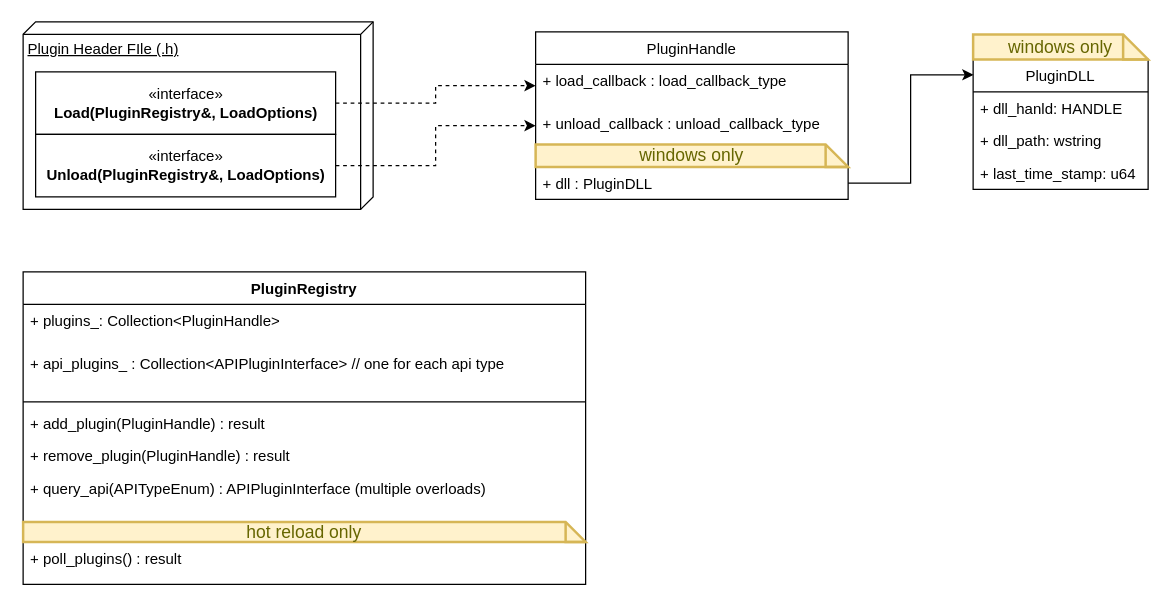
MarkSkyzoid/sakura keeps this draw.io diagram as docs/diagrams/plugin_architecture.drawio. Above is the earlier version. Source tidied: cells renumbered, new cells numbered last; positions are measured from the earlier drawing's top-left corner, leaving out a move shared by most shapes. Both pictures are drawn from the tidied source at 125%, with x=0, y=0 at pixel (22, 21).
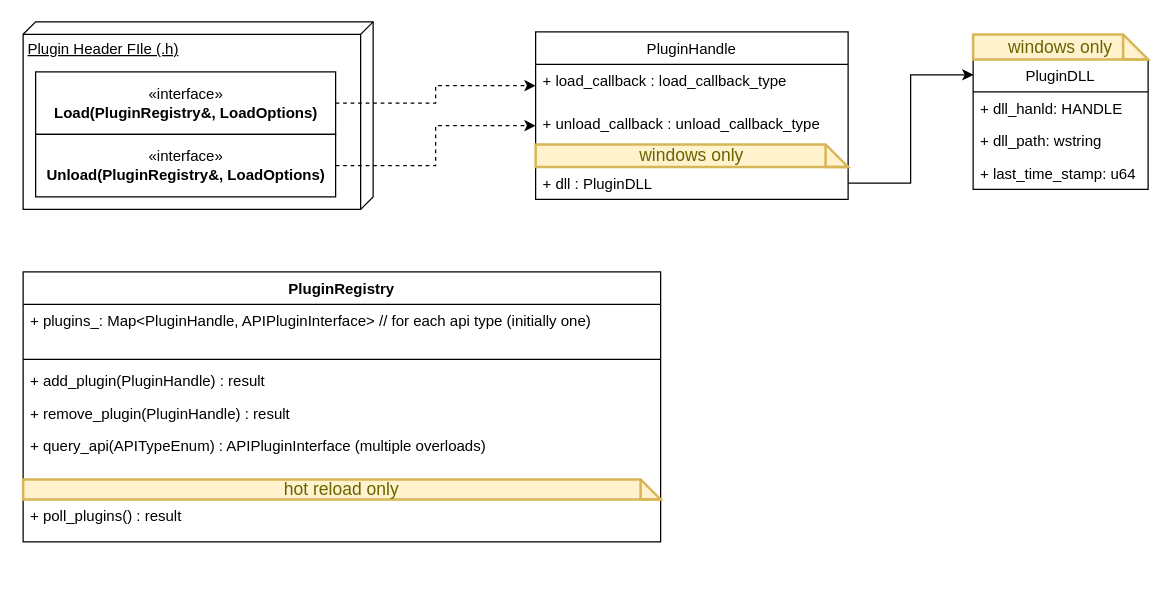
After the change.

What changed in the source:
```diff
@@
     <mxCell id="7" value="PluginRegistry&#10;" style="swimlane;fontStyle=1;align=center;verticalAlign=top;horizontal=1;startSize=26;strokeColor=#000000;fillColor=#ffffff;" parent="1" vertex="1">
-      <mxGeometry y="200" width="450" height="250" as="geometry" />
+      <mxGeometry y="200" width="510" height="216" as="geometry" />
     </mxCell>
-    <mxCell id="8" value="+ plugins_: Collection&lt;PluginHandle&gt;" style="text;strokeColor=none;fillColor=none;align=left;verticalAlign=top;spacingLeft=4;spacingRight=4;overflow=hidden;" parent="7" vertex="1">
-      <mxGeometry y="26" width="450" height="34" as="geometry" />
+    <mxCell id="8" value="+ plugins_: Map&lt;PluginHandle, APIPluginInterface&gt; // for each api type (initially one)" style="text;strokeColor=none;fillColor=none;align=left;verticalAlign=top;spacingLeft=4;spacingRight=4;overflow=hidden;" parent="7" vertex="1">
+      <mxGeometry y="26" width="510" height="34" as="geometry" />
     </mxCell>
-    <mxCell id="9" value="+ api_plugins_ : Collection&lt;APIPluginInterface&gt; // one for each api type" style="text;strokeColor=none;fillColor=none;align=left;verticalAlign=top;spacingLeft=4;spacingRight=4;overflow=hidden;" parent="7" vertex="1">
-      <mxGeometry y="60" width="450" height="34" as="geometry" />
-    </mxCell>
     <mxCell id="10" value="&#10;" style="text;strokeColor=none;fillColor=none;align=left;verticalAlign=top;spacingLeft=4;spacingRight=4;overflow=hidden;" parent="7" vertex="1">
-      <mxGeometry y="94" width="450" height="6" as="geometry" />
+      <mxGeometry y="60" width="510" height="6" as="geometry" />
     </mxCell>
     <mxCell id="11" style="line;strokeWidth=1;fillColor=none;align=left;verticalAlign=middle;spacingTop=-1;spacingLeft=3;spacingRight=3;labelPosition=right;" parent="7" vertex="1">
-      <mxGeometry y="100" width="450" height="8" as="geometry" />
+      <mxGeometry y="66" width="510" height="8" as="geometry" />
     </mxCell>
     <mxCell id="12" value="+ add_plugin(PluginHandle) : result" style="text;strokeColor=none;fillColor=none;align=left;verticalAlign=top;spacingLeft=4;spacingRight=4;overflow=hidden;" parent="7" vertex="1">
-      <mxGeometry y="108" width="450" height="26" as="geometry" />
+      <mxGeometry y="74" width="510" height="26" as="geometry" />
     </mxCell>
     <mxCell id="13" value="+ remove_plugin(PluginHandle) : result" style="text;strokeColor=none;fillColor=none;align=left;verticalAlign=top;spacingLeft=4;spacingRight=4;overflow=hidden;" parent="7" vertex="1">
-      <mxGeometry y="134" width="450" height="26" as="geometry" />
+      <mxGeometry y="100" width="510" height="26" as="geometry" />
     </mxCell>
     <mxCell id="14" value="+ query_api(APITypeEnum) : APIPluginInterface (multiple overloads)" style="text;strokeColor=none;fillColor=none;align=left;verticalAlign=top;spacingLeft=4;spacingRight=4;overflow=hidden;" parent="7" vertex="1">
-      <mxGeometry y="160" width="450" height="26" as="geometry" />
+      <mxGeometry y="126" width="510" height="26" as="geometry" />
     </mxCell>
     <mxCell id="15" value="&#10;&#10;" style="text;strokeColor=none;fillColor=none;align=left;verticalAlign=top;spacingLeft=4;spacingRight=4;overflow=hidden;" parent="7" vertex="1">
-      <mxGeometry y="186" width="450" height="14" as="geometry" />
+      <mxGeometry y="152" width="510" height="14" as="geometry" />
     </mxCell>
     <mxCell id="16" value="hot reload only" style="shape=note;strokeWidth=2;fontSize=14;size=20;whiteSpace=wrap;html=1;fillColor=#fff2cc;strokeColor=#d6b656;fontColor=#666600;" parent="7" vertex="1">
-      <mxGeometry y="200" width="450" height="16" as="geometry" />
+      <mxGeometry y="166" width="510" height="16" as="geometry" />
     </mxCell>
     <mxCell id="17" value="+ poll_plugins() : result&#10;" style="text;strokeColor=none;fillColor=none;align=left;verticalAlign=top;spacingLeft=4;spacingRight=4;overflow=hidden;" parent="7" vertex="1">
-      <mxGeometry y="216" width="450" height="34" as="geometry" />
+      <mxGeometry y="182" width="510" height="34" as="geometry" />
     </mxCell>
```
